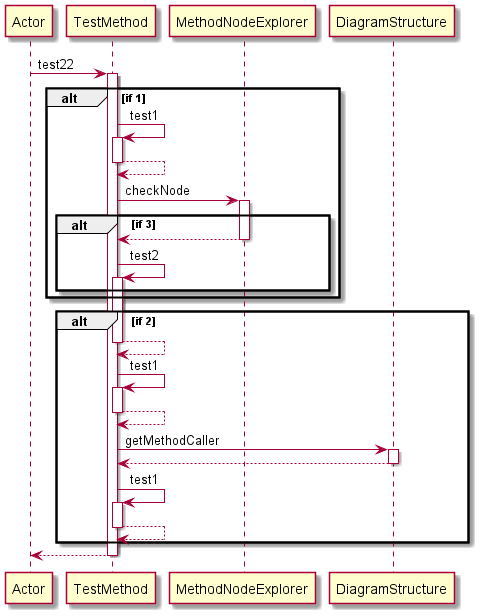
This is Diagrams/BLOCK/test22.png from manucapo/Gardener, a PlantUML export, as it was before one commit.
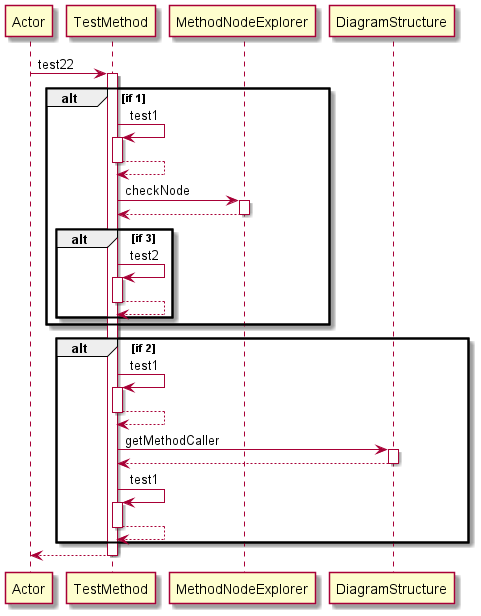
The same diagram one commit later.

What changed in the source:
```diff
@@ -9,16 +9,16 @@
 deactivate TestMethod
 TestMethod -> MethodNodeExplorer: checkNode
 activate MethodNodeExplorer
-alt if 3
 MethodNodeExplorer-->TestMethod
 deactivate MethodNodeExplorer
+alt if 3
 TestMethod -> TestMethod: test2
 activate TestMethod
+TestMethod-->TestMethod
+deactivate TestMethod
 end
 end
 alt if 2
-TestMethod-->TestMethod
-deactivate TestMethod
 TestMethod -> TestMethod: test1
 activate TestMethod
 TestMethod-->TestMethod
```
